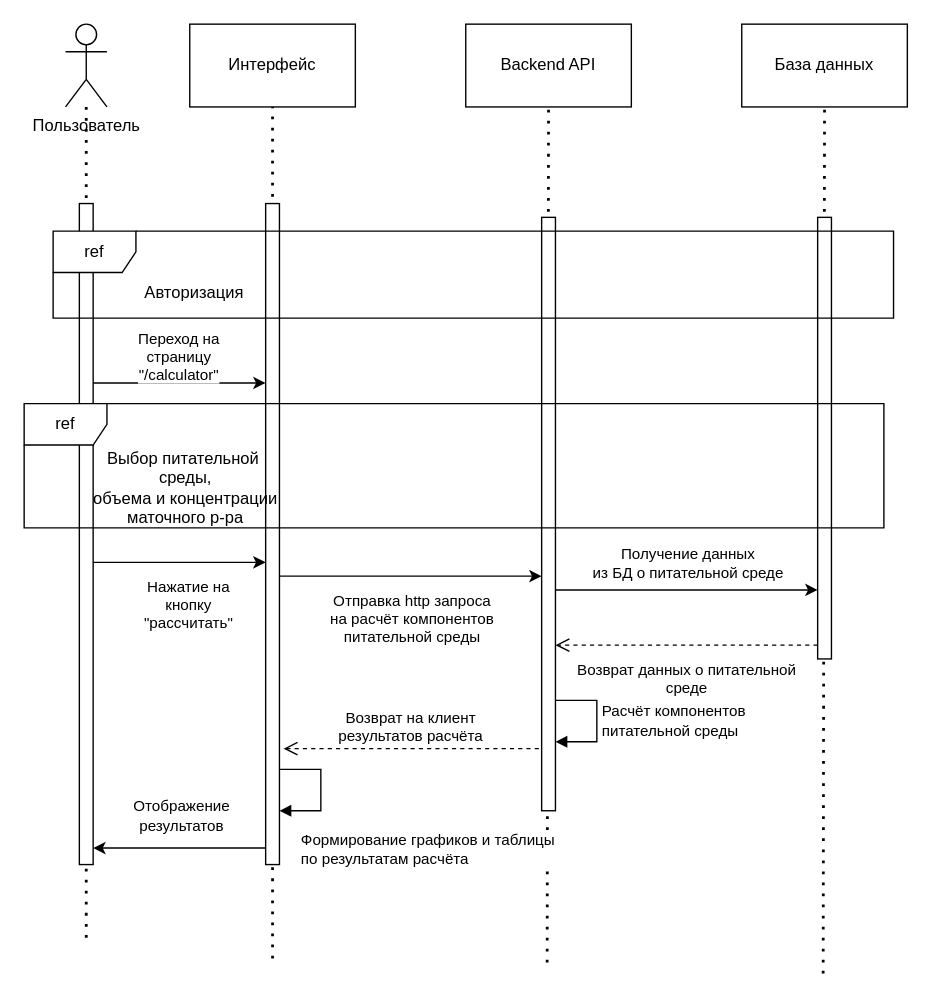
Above: sequence_use-calculator.drawio in eva01pilot/plant-tissue-diagrams (draw.io), before the change. Source tidied: cells renumbered, new cells numbered last; positions are measured from the earlier drawing's top-left corner, leaving out a move shared by most shapes. Both pictures are drawn from the tidied source at 138%, with x=0, y=0 at pixel (23, 23).
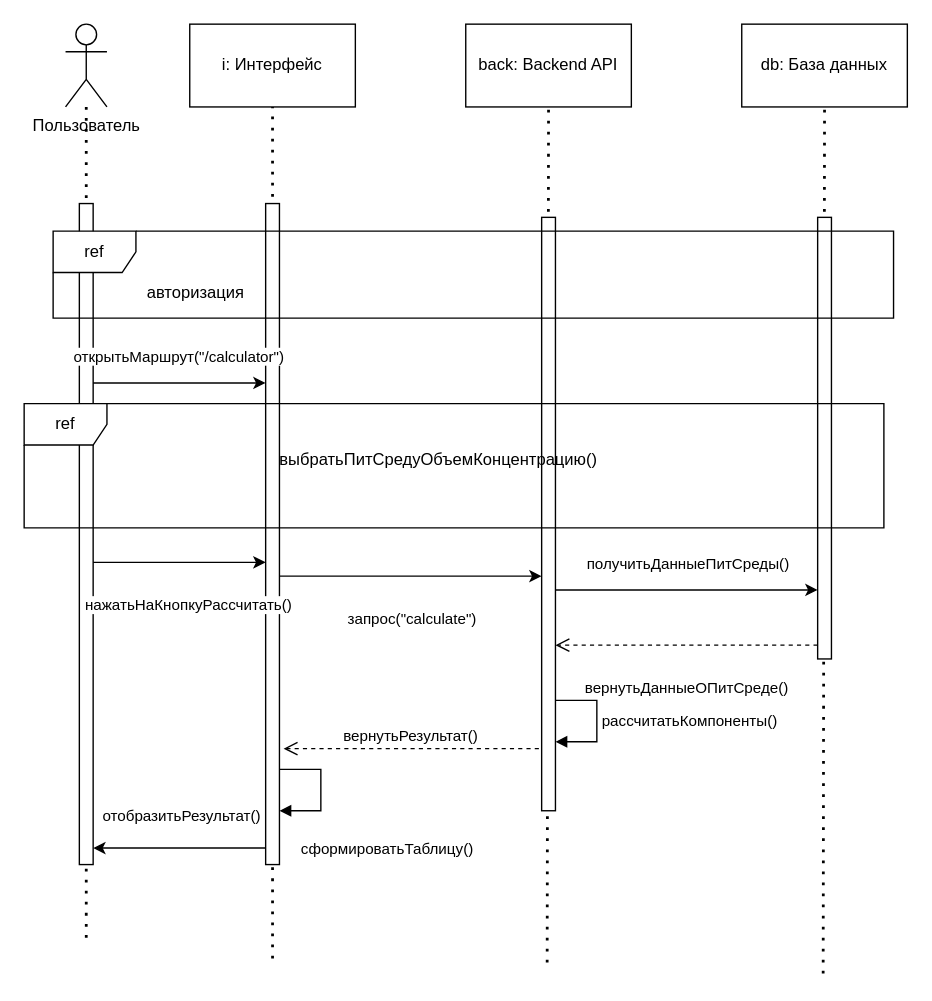
The same page after the edit.

Unchanged cells that the change refers to:
```xml
<mxCell id="9" style="html=1;points=[[0,0,0,0,5],[0,1,0,0,-5],[1,0,0,0,5],[1,1,0,0,-5]];perimeter=orthogonalPerimeter;outlineConnect=0;targetShapes=umlLifeline;portConstraint=eastwest;newEdgeStyle={&quot;curved&quot;:0,&quot;rounded&quot;:0};" parent="1" vertex="1">
  <mxGeometry x="175" y="130" width="10" height="479" as="geometry" />
</mxCell>
<mxCell id="11" style="html=1;points=[[0,0,0,0,5],[0,1,0,0,-5],[1,0,0,0,5],[1,1,0,0,-5]];perimeter=orthogonalPerimeter;outlineConnect=0;targetShapes=umlLifeline;portConstraint=eastwest;newEdgeStyle={&quot;curved&quot;:0,&quot;rounded&quot;:0};" parent="1" vertex="1">
  <mxGeometry x="375" y="140" width="10" height="430" as="geometry" />
</mxCell>
<mxCell id="16" style="endArrow=classic;html=1;rounded=0;" parent="1" edge="1" source="8" target="9">
  <mxGeometry relative="1" as="geometry">
    <Array as="points">
      <mxPoint x="130" y="260" />
    </Array>
  </mxGeometry>
</mxCell>
<mxCell id="20" style="endArrow=classic;html=1;rounded=0;" parent="1" edge="1">
  <mxGeometry relative="1" as="geometry">
    <mxPoint x="50" y="390" as="sourcePoint" />
    <mxPoint x="175" y="390" as="targetPoint" />
  </mxGeometry>
</mxCell>
<mxCell id="22" style="endArrow=classic;html=1;rounded=0;" parent="1" edge="1">
  <mxGeometry relative="1" as="geometry">
    <mxPoint x="185" y="400" as="sourcePoint" />
    <mxPoint x="375" y="400" as="targetPoint" />
  </mxGeometry>
</mxCell>
<mxCell id="24" style="endArrow=classic;html=1;rounded=0;" parent="1" edge="1">
  <mxGeometry relative="1" as="geometry">
    <mxPoint x="385" y="410" as="sourcePoint" />
    <mxPoint x="575" y="410" as="targetPoint" />
  </mxGeometry>
</mxCell>
<mxCell id="29" style="endArrow=classic;html=1;rounded=0;" parent="1" edge="1">
  <mxGeometry relative="1" as="geometry">
    <mxPoint x="175" y="597" as="sourcePoint" />
    <mxPoint x="50" y="597" as="targetPoint" />
  </mxGeometry>
</mxCell>
```

The edit, as a diff of the source:
```diff
@@
-    <mxCell id="7" value="Интерфейс" style="rounded=0;whiteSpace=wrap;html=1;" parent="1" vertex="1">
+    <mxCell id="7" value="i: Интерфейс" style="rounded=0;whiteSpace=wrap;html=1;" parent="1" vertex="1">
       <mxGeometry x="120" width="120" height="60" as="geometry" />
     </mxCell>
@@
-    <mxCell id="10" value="Backend API" style="rounded=0;whiteSpace=wrap;html=1;" parent="1" vertex="1">
+    <mxCell id="10" value="back: Backend API" style="rounded=0;whiteSpace=wrap;html=1;" parent="1" vertex="1">
       <mxGeometry x="320" width="120" height="60" as="geometry" />
     </mxCell>
@@
-    <mxCell id="12" value="База данных" style="rounded=0;whiteSpace=wrap;html=1;" parent="1" vertex="1">
+    <mxCell id="12" value="db: База данных" style="rounded=0;whiteSpace=wrap;html=1;" parent="1" vertex="1">
       <mxGeometry x="520" width="120" height="60" as="geometry" />
     </mxCell>
@@
-    <mxCell id="15" value="Авторизация" style="text;html=1;align=center;verticalAlign=middle;strokeColor=none;fillColor=none;" parent="1" vertex="1">
-      <mxGeometry x="73" y="180" width="100" height="30" as="geometry" />
+    <mxCell id="15" value="авторизация" style="text;html=1;align=center;verticalAlign=middle;strokeColor=none;fillColor=none;" parent="1" vertex="1">
+      <mxGeometry x="78" y="182" width="91" height="26" as="geometry" />
     </mxCell>
@@
-    <mxCell id="17" value="&lt;div&gt;Переход на &lt;br&gt;&lt;/div&gt;&lt;div&gt;страницу&lt;/div&gt;&lt;div&gt;&quot;/calculator&quot;&lt;br&gt;&lt;/div&gt;" style="edgeLabel;html=1;align=center;verticalAlign=middle;" parent="16" vertex="1">
+    <mxCell id="17" value="открытьМаршрут(&quot;/calculator&quot;)" style="edgeLabel;html=1;align=center;verticalAlign=middle;" parent="16" vertex="1">
       <mxGeometry x="-0.11" relative="1" as="geometry">
         <mxPoint x="5" y="-20" as="offset" />
       </mxGeometry>
     </mxCell>
@@
-    <mxCell id="19" value="&lt;div&gt;Выбор питательной&lt;/div&gt;&lt;div&gt;&amp;nbsp;среды,&lt;/div&gt;&lt;div&gt;&amp;nbsp;объема и концентрации&lt;/div&gt;&amp;nbsp;маточного р-ра" style="text;html=1;align=center;verticalAlign=middle;strokeColor=none;fillColor=none;" parent="1" vertex="1">
-      <mxGeometry x="35" y="301" width="160" height="70" as="geometry" />
+    <mxCell id="19" value="выбратьПитСредуОбъемКонцентрацию()" style="text;html=1;align=center;verticalAlign=middle;strokeColor=none;fillColor=none;" parent="1" vertex="1">
+      <mxGeometry x="173" y="303" width="254" height="26" as="geometry" />
     </mxCell>
@@
-    <mxCell id="21" value="&lt;div&gt;Нажатие на&lt;/div&gt;&lt;div&gt;кнопку&lt;/div&gt;&lt;div&gt;&quot;рассчитать&quot;&lt;br&gt;&lt;/div&gt;" style="edgeLabel;html=1;align=center;verticalAlign=middle;" parent="20" vertex="1">
+    <mxCell id="21" value="нажатьНаКнопкуРассчитать()" style="edgeLabel;html=1;align=center;verticalAlign=middle;" parent="20" vertex="1">
       <mxGeometry x="0.16" y="2" relative="1" as="geometry">
         <mxPoint x="-5" y="32" as="offset" />
       </mxGeometry>
     </mxCell>
@@
-    <mxCell id="23" value="&lt;div&gt;Отправка http запроса&lt;/div&gt;&lt;div&gt;на расчёт компонентов &lt;br&gt;&lt;/div&gt;&lt;div&gt;питательной среды&lt;br&gt;&lt;/div&gt;" style="edgeLabel;html=1;align=center;verticalAlign=middle;" parent="22" vertex="1">
+    <mxCell id="23" value="запрос(&quot;calculate&quot;)" style="edgeLabel;html=1;align=center;verticalAlign=middle;" parent="22" vertex="1">
       <mxGeometry x="-0.14" y="2" relative="1" as="geometry">
         <mxPoint x="13" y="32" as="offset" />
       </mxGeometry>
     </mxCell>
@@
-    <mxCell id="25" value="&lt;div&gt;Получение данных&lt;/div&gt;&lt;div&gt;из БД о питательной среде&lt;br&gt;&lt;/div&gt;" style="edgeLabel;html=1;align=center;verticalAlign=middle;" parent="24" vertex="1">
+    <mxCell id="25" value="получитьДанныеПитСреды()" style="edgeLabel;html=1;align=center;verticalAlign=middle;" parent="24" vertex="1">
       <mxGeometry x="-0.11" y="-2" relative="1" as="geometry">
         <mxPoint x="10" y="-22" as="offset" />
       </mxGeometry>
     </mxCell>
-    <mxCell id="26" value="&lt;div&gt;Возврат данных о питательной&lt;/div&gt;&lt;div&gt;среде&lt;br&gt;&lt;/div&gt;" style="html=1;verticalAlign=bottom;endArrow=open;dashed=1;endSize=8;curved=0;rounded=0;" parent="1" edge="1">
+    <mxCell id="26" value="вернутьДанныеОПитСреде()" style="html=1;verticalAlign=bottom;endArrow=open;dashed=1;endSize=8;curved=0;rounded=0;" parent="1" edge="1">
       <mxGeometry y="40" relative="1" as="geometry">
         <mxPoint x="575" y="450" as="sourcePoint" />
         <mxPoint x="385" y="450" as="targetPoint" />
       </mxGeometry>
     </mxCell>
-    <mxCell id="27" value="&lt;div&gt;Расчёт компонентов&lt;/div&gt;&lt;div&gt;питательной среды&lt;br&gt;&lt;/div&gt;" style="html=1;align=left;spacingLeft=2;endArrow=block;rounded=0;edgeStyle=orthogonalEdgeStyle;curved=0;rounded=0;" parent="1" edge="1" target="11">
+    <mxCell id="27" value="рассчитатьКомпоненты()" style="html=1;align=left;spacingLeft=2;endArrow=block;rounded=0;edgeStyle=orthogonalEdgeStyle;curved=0;rounded=0;" parent="1" edge="1" target="11">
       <mxGeometry relative="1" as="geometry">
         <mxPoint x="385" y="490" as="sourcePoint" />
         <Array as="points">
           <mxPoint x="415" y="490" />
           <mxPoint x="415" y="520" />
         </Array>
       </mxGeometry>
     </mxCell>
-    <mxCell id="28" value="&lt;div&gt;Возврат на клиент&lt;/div&gt;&lt;div&gt;результатов расчёта&lt;br&gt;&lt;/div&gt;" style="html=1;verticalAlign=bottom;endArrow=open;dashed=1;endSize=8;curved=0;rounded=0;" parent="1" edge="1">
+    <mxCell id="28" value="вернутьРезультат()" style="html=1;verticalAlign=bottom;endArrow=open;dashed=1;endSize=8;curved=0;rounded=0;" parent="1" edge="1">
       <mxGeometry relative="1" as="geometry">
         <mxPoint x="373" y="525" as="sourcePoint" />
         <mxPoint x="188" y="525" as="targetPoint" />
       </mxGeometry>
     </mxCell>
@@
-    <mxCell id="30" value="&lt;div&gt;Отображение &lt;br&gt;&lt;/div&gt;&lt;div&gt;результатов&lt;br&gt;&lt;/div&gt;" style="edgeLabel;html=1;align=center;verticalAlign=middle;" parent="29" vertex="1">
+    <mxCell id="30" value="отобразитьРезультат()" style="edgeLabel;html=1;align=center;verticalAlign=middle;" parent="29" vertex="1">
       <mxGeometry x="0.02" y="3" relative="1" as="geometry">
         <mxPoint x="2" y="-27" as="offset" />
       </mxGeometry>
     </mxCell>
-    <mxCell id="31" value="&lt;div&gt;Формирование графиков и таблицы&lt;br&gt;&lt;/div&gt;&lt;div&gt;по результатам расчёта&lt;br&gt;&lt;/div&gt;" style="html=1;align=left;spacingLeft=2;endArrow=block;rounded=0;edgeStyle=orthogonalEdgeStyle;curved=0;rounded=0;" parent="1" edge="1" target="9">
+    <mxCell id="31" value="сформироватьТаблицу()" style="html=1;align=left;spacingLeft=2;endArrow=block;rounded=0;edgeStyle=orthogonalEdgeStyle;curved=0;rounded=0;" parent="1" edge="1" target="9">
       <mxGeometry x="0.73" y="28" relative="1" as="geometry">
         <mxPoint x="185" y="540" as="sourcePoint" />
         <Array as="points">
           <mxPoint x="215" y="540" />
           <mxPoint x="215" y="570" />
         </Array>
       </mxGeometry>
     </mxCell>
```
